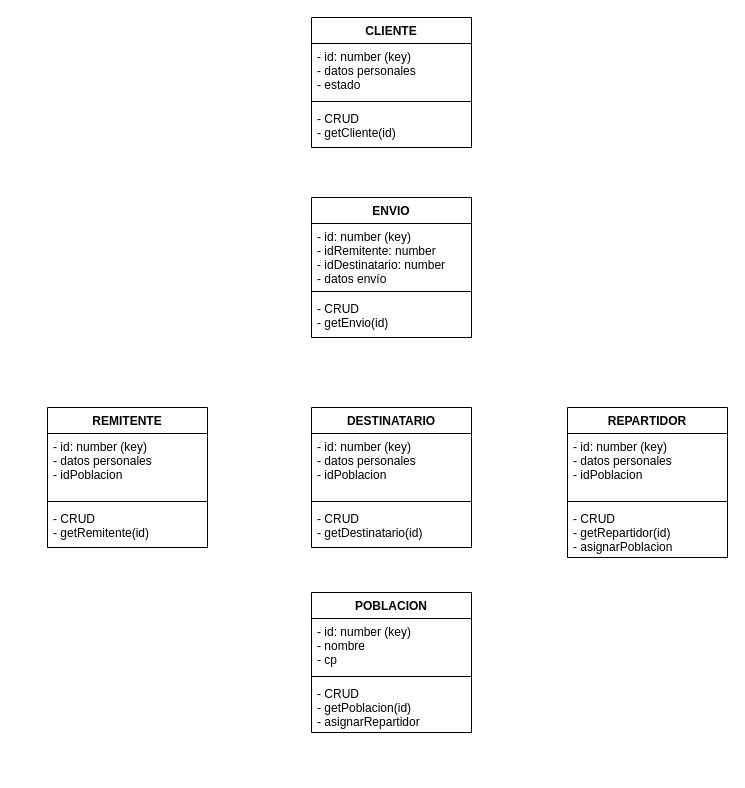
Above: docs/diagrama_clases.drawio in RubenPX/agencia-de-transportes (draw.io), before the change. Source tidied: cells renumbered, new cells numbered last; positions are measured from the earlier drawing's top-left corner, leaving out a move shared by most shapes. Both pictures are drawn from the tidied source at 100%, with x=0, y=0 at pixel (47, 17).
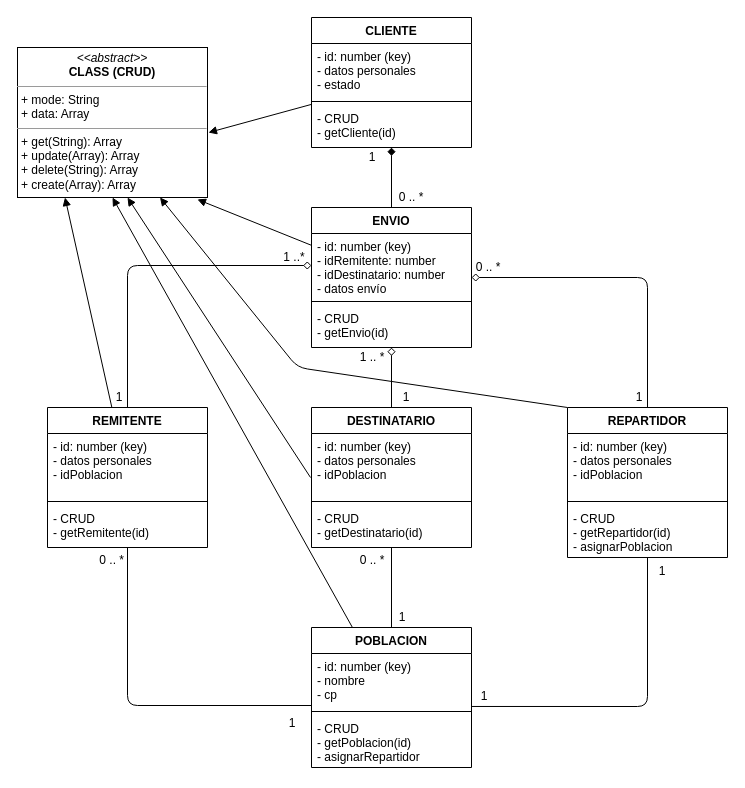
After the change.

Commit message (it also covers changes not shown here):
correccion aviso

The change refers to these unchanged cells:
```xml
<mxCell id="2" value="CLIENTE" style="swimlane;fontStyle=1;align=center;verticalAlign=top;horizontal=1;startSize=26;fillColor=none;" parent="1" vertex="1">
  <mxGeometry x="264" width="160" height="130" as="geometry" />
</mxCell>
<mxCell id="7" value="- id: number (key)&#10;- nombre&#10;- cp&#10;&#10;&#10;" style="text;strokeColor=none;fillColor=none;align=left;verticalAlign=top;spacingLeft=4;spacingRight=4;overflow=hidden;points=[[0,0.5],[1,0.5]];portConstraint=eastwest;" parent="6" vertex="1">
  <mxGeometry y="26" width="160" height="54" as="geometry" />
</mxCell>
<mxCell id="11" value="- id: number (key)&#10;- idRemitente: number&#10;- idDestinatario: number&#10;- datos envío&#10;&#10;&#10;&#10;" style="text;strokeColor=none;fillColor=none;align=left;verticalAlign=top;spacingLeft=4;spacingRight=4;overflow=hidden;points=[[0,0.5],[1,0.5]];portConstraint=eastwest;" parent="10" vertex="1">
  <mxGeometry y="26" width="160" height="64" as="geometry" />
</mxCell>
<mxCell id="14" value="REPARTIDOR" style="swimlane;fontStyle=1;align=center;verticalAlign=top;horizontal=1;startSize=26;" parent="1" vertex="1">
  <mxGeometry x="520" y="390" width="160" height="150" as="geometry" />
</mxCell>
<mxCell id="18" value="REMITENTE" style="swimlane;fontStyle=1;align=center;verticalAlign=top;horizontal=1;startSize=26;" parent="1" vertex="1">
  <mxGeometry y="390" width="160" height="140" as="geometry" />
</mxCell>
<mxCell id="22" value="DESTINATARIO" style="swimlane;fontStyle=1;align=center;verticalAlign=top;horizontal=1;startSize=26;" parent="1" vertex="1">
  <mxGeometry x="264" y="390" width="160" height="140" as="geometry" />
</mxCell>
<mxCell id="23" value="- id: number (key)&#10;- datos personales&#10;- idPoblacion&#10;&#10;&#10;&#10;" style="text;strokeColor=none;fillColor=none;align=left;verticalAlign=top;spacingLeft=4;spacingRight=4;overflow=hidden;points=[[0,0.5],[1,0.5]];portConstraint=eastwest;" parent="22" vertex="1">
  <mxGeometry y="26" width="160" height="64" as="geometry" />
</mxCell>
```

Change to the diagram source:
```diff
@@
+    <mxCell id="26" style="edgeStyle=none;html=1;entryX=0.5;entryY=0;entryDx=0;entryDy=0;endArrow=none;endFill=0;startArrow=diamond;startFill=1;" parent="1" edge="1" source="2" target="10">
+      <mxGeometry relative="1" as="geometry" />
+    </mxCell>
+    <mxCell id="27" style="edgeStyle=none;html=1;entryX=1.005;entryY=0.567;entryDx=0;entryDy=0;entryPerimeter=0;startArrow=none;startFill=0;endArrow=block;endFill=1;sourcePerimeterSpacing=0;targetPerimeterSpacing=0;strokeWidth=1;" parent="1" edge="1" source="2" target="53">
+      <mxGeometry relative="1" as="geometry" />
+    </mxCell>
@@
+    <mxCell id="28" style="edgeStyle=none;html=1;entryX=0.5;entryY=1;entryDx=0;entryDy=0;startArrow=none;startFill=0;endArrow=block;endFill=1;sourcePerimeterSpacing=0;targetPerimeterSpacing=0;strokeWidth=1;" parent="1" edge="1" source="6" target="53">
+      <mxGeometry relative="1" as="geometry" />
+    </mxCell>
     <mxCell id="6" value="POBLACION" style="swimlane;fontStyle=1;align=center;verticalAlign=top;horizontal=1;startSize=26;" parent="1" vertex="1">
-      <mxGeometry x="264" y="575" width="160" height="140" as="geometry" />
+      <mxGeometry x="264" y="610" width="160" height="140" as="geometry" />
     </mxCell>
@@
+    <mxCell id="29" style="edgeStyle=none;html=1;entryX=0.5;entryY=0;entryDx=0;entryDy=0;endArrow=none;endFill=0;startArrow=diamond;startFill=0;" parent="1" edge="1" source="10" target="22">
+      <mxGeometry relative="1" as="geometry" />
+    </mxCell>
+    <mxCell id="30" style="edgeStyle=none;html=1;entryX=0.5;entryY=0;entryDx=0;entryDy=0;endArrow=none;endFill=0;startArrow=diamond;startFill=0;" parent="1" edge="1" source="10" target="14">
+      <mxGeometry relative="1" as="geometry">
+        <Array as="points">
+          <mxPoint x="600" y="260" />
+        </Array>
+      </mxGeometry>
+    </mxCell>
+    <mxCell id="31" style="edgeStyle=none;html=1;entryX=0.947;entryY=1.013;entryDx=0;entryDy=0;entryPerimeter=0;startArrow=none;startFill=0;endArrow=block;endFill=1;sourcePerimeterSpacing=0;targetPerimeterSpacing=0;strokeWidth=1;" parent="1" edge="1" source="10" target="53">
+      <mxGeometry relative="1" as="geometry" />
+    </mxCell>
     <mxCell id="10" value="ENVIO" style="swimlane;fontStyle=1;align=center;verticalAlign=top;horizontal=1;startSize=26;" parent="1" vertex="1">
-      <mxGeometry x="264" y="180" width="160" height="140" as="geometry" />
+      <mxGeometry x="264" y="190" width="160" height="140" as="geometry" />
     </mxCell>
@@
+    <mxCell id="32" style="edgeStyle=none;html=1;entryX=1;entryY=0.981;entryDx=0;entryDy=0;entryPerimeter=0;endArrow=none;endFill=0;" parent="1" edge="1" source="14" target="7">
+      <mxGeometry relative="1" as="geometry">
+        <Array as="points">
+          <mxPoint x="600" y="689" />
+        </Array>
+      </mxGeometry>
+    </mxCell>
+    <mxCell id="33" style="edgeStyle=none;html=1;entryX=0.75;entryY=1;entryDx=0;entryDy=0;startArrow=none;startFill=0;endArrow=block;endFill=1;sourcePerimeterSpacing=0;targetPerimeterSpacing=0;strokeWidth=1;exitX=0;exitY=0;exitDx=0;exitDy=0;" parent="1" edge="1" source="14" target="53">
+      <mxGeometry relative="1" as="geometry">
+        <Array as="points">
+          <mxPoint x="250" y="350" />
+        </Array>
+      </mxGeometry>
+    </mxCell>
@@
+    <mxCell id="34" style="edgeStyle=none;html=1;entryX=0;entryY=0.963;entryDx=0;entryDy=0;entryPerimeter=0;endArrow=none;endFill=0;" parent="1" edge="1" source="18" target="7">
+      <mxGeometry relative="1" as="geometry">
+        <Array as="points">
+          <mxPoint x="80" y="688" />
+        </Array>
+      </mxGeometry>
+    </mxCell>
+    <mxCell id="35" style="edgeStyle=none;html=1;entryX=0.25;entryY=1;entryDx=0;entryDy=0;startArrow=none;startFill=0;endArrow=block;endFill=1;sourcePerimeterSpacing=0;targetPerimeterSpacing=0;strokeWidth=1;" parent="1" edge="1" source="18" target="53">
+      <mxGeometry relative="1" as="geometry" />
+    </mxCell>
@@
+    <mxCell id="36" style="edgeStyle=none;html=1;entryX=0.5;entryY=0;entryDx=0;entryDy=0;endArrow=none;endFill=0;" parent="1" edge="1" source="22" target="6">
+      <mxGeometry relative="1" as="geometry" />
+    </mxCell>
+    <mxCell id="37" style="edgeStyle=none;html=1;entryX=0.579;entryY=1;entryDx=0;entryDy=0;entryPerimeter=0;startArrow=none;startFill=0;endArrow=block;endFill=1;sourcePerimeterSpacing=0;targetPerimeterSpacing=0;strokeWidth=1;exitX=-0.006;exitY=0.688;exitDx=0;exitDy=0;exitPerimeter=0;" parent="1" edge="1" source="23" target="53">
+      <mxGeometry relative="1" as="geometry" />
+    </mxCell>
@@
+    <mxCell id="38" value="0 .. *" style="text;html=1;strokeColor=none;fillColor=none;align=center;verticalAlign=middle;whiteSpace=wrap;rounded=0;" parent="1" vertex="1">
+      <mxGeometry x="349" y="170" width="30" height="20" as="geometry" />
+    </mxCell>
+    <mxCell id="39" value="1" style="text;html=1;strokeColor=none;fillColor=none;align=center;verticalAlign=middle;whiteSpace=wrap;rounded=0;" parent="1" vertex="1">
+      <mxGeometry x="310" y="130" width="30" height="20" as="geometry" />
+    </mxCell>
+    <mxCell id="40" style="edgeStyle=none;html=1;exitX=0;exitY=0.5;exitDx=0;exitDy=0;entryX=0.5;entryY=0;entryDx=0;entryDy=0;endArrow=none;endFill=0;startArrow=diamond;startFill=0;strokeWidth=1;targetPerimeterSpacing=0;sourcePerimeterSpacing=0;" parent="1" edge="1" source="11" target="18">
+      <mxGeometry relative="1" as="geometry">
+        <Array as="points">
+          <mxPoint x="80" y="248" />
+        </Array>
+      </mxGeometry>
+    </mxCell>
+    <mxCell id="41" value="0 .. *" style="text;html=1;strokeColor=none;fillColor=none;align=center;verticalAlign=middle;whiteSpace=wrap;rounded=0;" parent="1" vertex="1">
+      <mxGeometry x="426" y="240" width="30" height="20" as="geometry" />
+    </mxCell>
+    <mxCell id="42" value="1" style="text;html=1;strokeColor=none;fillColor=none;align=center;verticalAlign=middle;whiteSpace=wrap;rounded=0;" parent="1" vertex="1">
+      <mxGeometry x="577" y="370" width="30" height="20" as="geometry" />
+    </mxCell>
+    <mxCell id="43" value="1" style="text;html=1;strokeColor=none;fillColor=none;align=center;verticalAlign=middle;whiteSpace=wrap;rounded=0;" parent="1" vertex="1">
+      <mxGeometry x="57" y="370" width="30" height="20" as="geometry" />
+    </mxCell>
+    <mxCell id="44" value="1 ..*" style="text;html=1;strokeColor=none;fillColor=none;align=center;verticalAlign=middle;whiteSpace=wrap;rounded=0;" parent="1" vertex="1">
+      <mxGeometry x="232" y="230" width="30" height="20" as="geometry" />
+    </mxCell>
+    <mxCell id="45" value="1" style="text;html=1;strokeColor=none;fillColor=none;align=center;verticalAlign=middle;whiteSpace=wrap;rounded=0;" parent="1" vertex="1">
+      <mxGeometry x="344" y="370" width="30" height="20" as="geometry" />
+    </mxCell>
+    <mxCell id="46" value="&lt;div&gt;1 .. *&lt;br&gt;&lt;/div&gt;" style="text;html=1;strokeColor=none;fillColor=none;align=center;verticalAlign=middle;whiteSpace=wrap;rounded=0;" parent="1" vertex="1">
+      <mxGeometry x="310" y="330" width="30" height="20" as="geometry" />
+    </mxCell>
+    <mxCell id="47" value="1" style="text;html=1;strokeColor=none;fillColor=none;align=center;verticalAlign=middle;whiteSpace=wrap;rounded=0;" parent="1" vertex="1">
+      <mxGeometry x="340" y="590" width="30" height="20" as="geometry" />
+    </mxCell>
+    <mxCell id="48" value="0 .. *" style="text;html=1;strokeColor=none;fillColor=none;align=center;verticalAlign=middle;whiteSpace=wrap;rounded=0;" parent="1" vertex="1">
+      <mxGeometry x="310" y="533" width="30" height="20" as="geometry" />
+    </mxCell>
+    <mxCell id="49" value="1" style="text;html=1;strokeColor=none;fillColor=none;align=center;verticalAlign=middle;whiteSpace=wrap;rounded=0;" parent="1" vertex="1">
+      <mxGeometry x="422" y="669" width="30" height="20" as="geometry" />
+    </mxCell>
+    <mxCell id="50" value="1" style="text;html=1;strokeColor=none;fillColor=none;align=center;verticalAlign=middle;whiteSpace=wrap;rounded=0;" parent="1" vertex="1">
+      <mxGeometry x="600" y="544" width="30" height="20" as="geometry" />
+    </mxCell>
+    <mxCell id="51" value="&amp;nbsp;0 .. *" style="text;html=1;strokeColor=none;fillColor=none;align=center;verticalAlign=middle;whiteSpace=wrap;rounded=0;" parent="1" vertex="1">
+      <mxGeometry x="48" y="533" width="30" height="20" as="geometry" />
+    </mxCell>
+    <mxCell id="52" value="1" style="text;html=1;strokeColor=none;fillColor=none;align=center;verticalAlign=middle;whiteSpace=wrap;rounded=0;" parent="1" vertex="1">
+      <mxGeometry x="230" y="696" width="30" height="20" as="geometry" />
+    </mxCell>
+    <mxCell id="53" value="&lt;p style=&quot;margin: 0px ; margin-top: 4px ; text-align: center&quot;&gt;&lt;i&gt;&amp;lt;&amp;lt;abstract&amp;gt;&amp;gt;&lt;/i&gt;&lt;br&gt;&lt;b&gt;CLASS (CRUD)&lt;/b&gt;&lt;br&gt;&lt;/p&gt;&lt;hr size=&quot;1&quot;&gt;&lt;p style=&quot;margin: 0px ; margin-left: 4px&quot;&gt;+ mode: String&lt;br&gt;+ data: Array&lt;/p&gt;&lt;hr size=&quot;1&quot;&gt;&lt;p style=&quot;margin: 0px ; margin-left: 4px&quot;&gt;+ get(String): Array&lt;br&gt;+ update(Array): Array&lt;/p&gt;&lt;p style=&quot;margin: 0px ; margin-left: 4px&quot;&gt;+ delete(String): Array&lt;/p&gt;&lt;p style=&quot;margin: 0px ; margin-left: 4px&quot;&gt;+ create(Array): Array&lt;/p&gt;" style="verticalAlign=top;align=left;overflow=fill;fontSize=12;fontFamily=Helvetica;html=1;" parent="1" vertex="1">
+      <mxGeometry x="-30" y="30" width="190" height="150" as="geometry" />
+    </mxCell>
```
